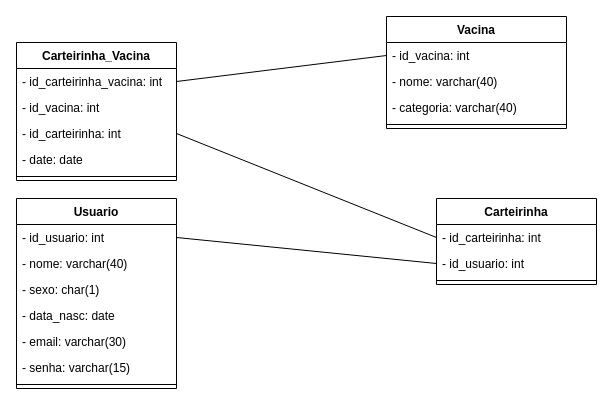
Carlozo/Vaprotec-carteira-de-vacina-digital keeps this draw.io diagram as documentacao/diagrama de classe.drawio. Above is the earlier version. Source tidied: cells renumbered, new cells numbered last; positions are measured from the earlier drawing's top-left corner, leaving out a move shared by most shapes. Both pictures are drawn from the tidied source at 100%, with x=0, y=0 at pixel (16, 16).
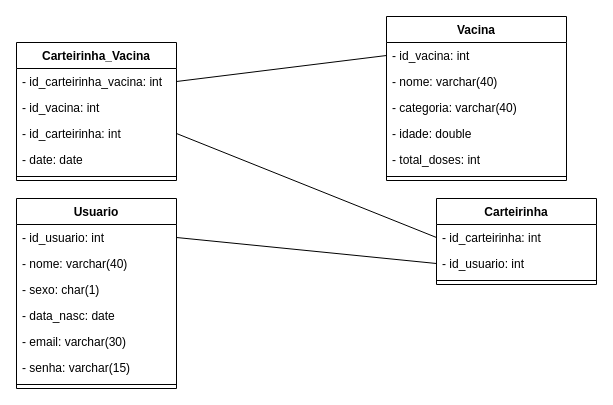
The same diagram, later.

The edit, as a diff of the source:
```diff
@@
     <mxCell id="16" value="Vacina" style="swimlane;fontStyle=1;align=center;verticalAlign=top;horizontal=1;startSize=26;" parent="1" vertex="1">
-      <mxGeometry x="370" width="180" height="112" as="geometry" />
+      <mxGeometry x="370" width="180" height="164" as="geometry" />
     </mxCell>
@@
+    <mxCell id="28" value="- idade: double" style="text;strokeColor=none;fillColor=none;align=left;verticalAlign=top;spacingLeft=4;spacingRight=4;overflow=hidden;" parent="16" vertex="1">
+      <mxGeometry y="104" width="180" height="26" as="geometry" />
+    </mxCell>
+    <mxCell id="29" value="- total_doses: int " style="text;strokeColor=none;fillColor=none;align=left;verticalAlign=top;spacingLeft=4;spacingRight=4;overflow=hidden;" parent="16" vertex="1">
+      <mxGeometry y="130" width="180" height="26" as="geometry" />
+    </mxCell>
     <mxCell id="20" style="line;strokeWidth=1;fillColor=none;align=left;verticalAlign=middle;spacingTop=-1;spacingLeft=3;spacingRight=3;labelPosition=right;" parent="16" vertex="1">
-      <mxGeometry y="104" width="180" height="8" as="geometry" />
+      <mxGeometry y="156" width="180" height="8" as="geometry" />
     </mxCell>
```
